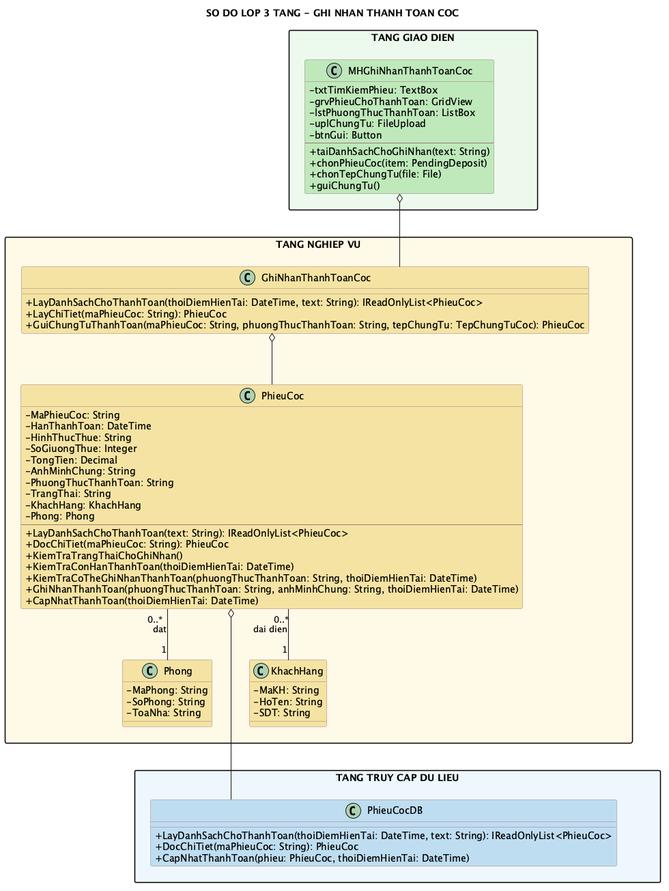
The PlantUML diagram diagram/png/ghi-nhan-thanh-toan-coc-class.png in Ming1309/HomeStay-Dorm, before a commit. The source it was exported from:
```plantuml
@startuml
title SO DO LOP 3 TANG - GHI NHAN THANH TOAN COC

top to bottom direction
skinparam shadowing false
skinparam linetype ortho
skinparam nodesep 55
skinparam ranksep 75
skinparam packageStyle rectangle
skinparam classAttributeIconSize 0
skinparam class {
  BackgroundColor #FFFACD
  BorderColor #9B7B7B
}

package "TANG GIAO DIEN" as GUI_LAYER #EDF9EC {
  class MHGhiNhanThanhToanCoc #BFE8BA {
    - txtTimKiemPhieu: TextBox
    - grvPhieuChoThanhToan: GridView
    - lstPhuongThucThanhToan: ListBox
    - uplChungTu: FileUpload
    - btnGui: Button
    --
    + taiDanhSachChoGhiNhan(text: String)
    + chonPhieuCoc(item: PendingDeposit)
    + chonTepChungTu(file: File)
    + guiChungTu()
  }
}

package "TANG NGHIEP VU" as BUS_LAYER #FFF9E6 {
  class GhiNhanThanhToanCoc #F4E3A2 {
    + LayDanhSachChoThanhToan(thoiDiemHienTai: DateTime, text: String): IReadOnlyList<PhieuCoc>
    + LayChiTiet(maPhieuCoc: String): PhieuCoc
    + GuiChungTuThanhToan(maPhieuCoc: String, phuongThucThanhToan: String, tepChungTu: TepChungTuCoc): PhieuCoc
  }

  class PhieuCoc #F4E3A2 {
    - MaPhieuCoc: String
    - HanThanhToan: DateTime
    - HinhThucThue: String
    - SoGiuongThue: Integer
    - TongTien: Decimal
    - AnhMinhChung: String
    - PhuongThucThanhToan: String
    - TrangThai: String
    - KhachHang: KhachHang
    - Phong: Phong
    --
    + LayDanhSachChoThanhToan(text: String): IReadOnlyList<PhieuCoc>
    + DocChiTiet(maPhieuCoc: String): PhieuCoc
    + KiemTraTrangThaiChoGhiNhan()
    + KiemTraConHanThanhToan(thoiDiemHienTai: DateTime)
    + KiemTraCoTheGhiNhanThanhToan(phuongThucThanhToan: String, thoiDiemHienTai: DateTime)
    + GhiNhanThanhToan(phuongThucThanhToan: String, anhMinhChung: String, thoiDiemHienTai: DateTime)
    + CapNhatThanhToan(thoiDiemHienTai: DateTime)
  }

  class KhachHang #F4E3A2 {
    - MaKH: String
    - HoTen: String
    - SDT: String
  }

  class Phong #F4E3A2 {
    - MaPhong: String
    - SoPhong: String
    - ToaNha: String
  }
}

package "TANG TRUY CAP DU LIEU" as DAL_LAYER #EDF6FC {
  class PhieuCocDB #BFDCF0 {
    + LayDanhSachChoThanhToan(thoiDiemHienTai: DateTime, text: String): IReadOnlyList<PhieuCoc>
    + DocChiTiet(maPhieuCoc: String): PhieuCoc
    + CapNhatThanhToan(phieu: PhieuCoc, thoiDiemHienTai: DateTime)
  }
}

MHGhiNhanThanhToanCoc o-- GhiNhanThanhToanCoc
GhiNhanThanhToanCoc o-- PhieuCoc
PhieuCoc o-- PhieuCocDB
PhieuCoc "0..*" -- "1" KhachHang : dai dien
PhieuCoc "0..*" -- "1" Phong : dat


GUI_LAYER -[hidden]down- BUS_LAYER
BUS_LAYER -[hidden]down- DAL_LAYER
GhiNhanThanhToanCoc -[hidden]down- PhieuCocDB
Phong -[hidden]down- PhieuCocDB
@enduml
```
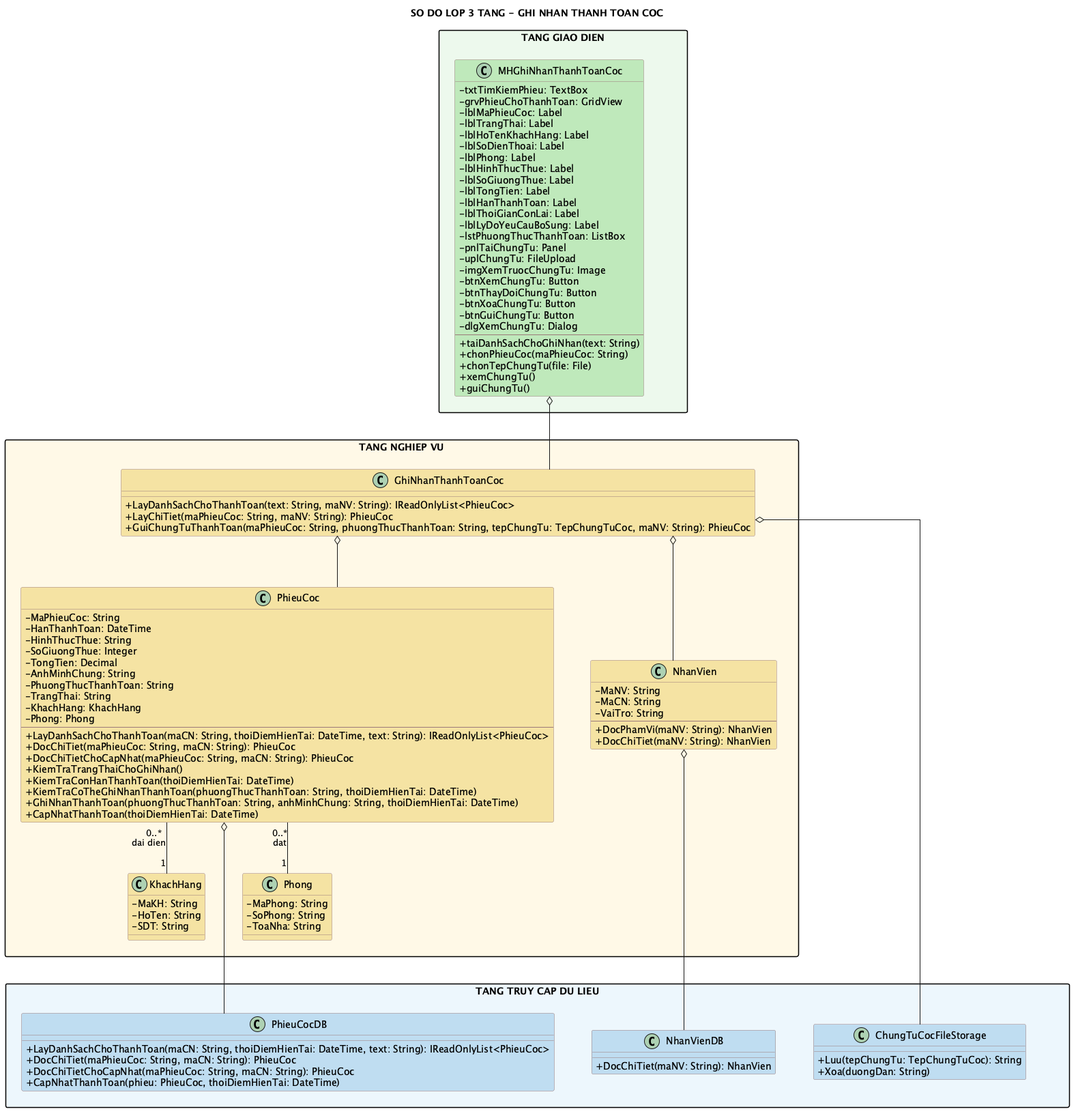
The same file after the commit.

The edit, as a diff of the source:
```diff
@@ -17,22 +17,49 @@
   class MHGhiNhanThanhToanCoc #BFE8BA {
     - txtTimKiemPhieu: TextBox
     - grvPhieuChoThanhToan: GridView
+    - lblMaPhieuCoc: Label
+    - lblTrangThai: Label
+    - lblHoTenKhachHang: Label
+    - lblSoDienThoai: Label
+    - lblPhong: Label
+    - lblHinhThucThue: Label
+    - lblSoGiuongThue: Label
+    - lblTongTien: Label
+    - lblHanThanhToan: Label
+    - lblThoiGianConLai: Label
+    - lblLyDoYeuCauBoSung: Label
     - lstPhuongThucThanhToan: ListBox
+    - pnlTaiChungTu: Panel
     - uplChungTu: FileUpload
-    - btnGui: Button
+    - imgXemTruocChungTu: Image
+    - btnXemChungTu: Button
+    - btnThayDoiChungTu: Button
+    - btnXoaChungTu: Button
+    - btnGuiChungTu: Button
+    - dlgXemChungTu: Dialog
     --
     + taiDanhSachChoGhiNhan(text: String)
-    + chonPhieuCoc(item: PendingDeposit)
+    + chonPhieuCoc(maPhieuCoc: String)
     + chonTepChungTu(file: File)
+    + xemChungTu()
     + guiChungTu()
   }
 }
 
 package "TANG NGHIEP VU" as BUS_LAYER #FFF9E6 {
   class GhiNhanThanhToanCoc #F4E3A2 {
-    + LayDanhSachChoThanhToan(thoiDiemHienTai: DateTime, text: String): IReadOnlyList<PhieuCoc>
-    + LayChiTiet(maPhieuCoc: String): PhieuCoc
-    + GuiChungTuThanhToan(maPhieuCoc: String, phuongThucThanhToan: String, tepChungTu: TepChungTuCoc): PhieuCoc
+    + LayDanhSachChoThanhToan(text: String, maNV: String): IReadOnlyList<PhieuCoc>
+    + LayChiTiet(maPhieuCoc: String, maNV: String): PhieuCoc
+    + GuiChungTuThanhToan(maPhieuCoc: String, phuongThucThanhToan: String, tepChungTu: TepChungTuCoc, maNV: String): PhieuCoc
+  }
+
+  class NhanVien #F4E3A2 {
+    - MaNV: String
+    - MaCN: String
+    - VaiTro: String
+    --
+    + DocPhamVi(maNV: String): NhanVien
+    + DocChiTiet(maNV: String): NhanVien
   }
 
   class PhieuCoc #F4E3A2 {
@@ -47,8 +74,9 @@
     - KhachHang: KhachHang
     - Phong: Phong
     --
-    + LayDanhSachChoThanhToan(text: String): IReadOnlyList<PhieuCoc>
-    + DocChiTiet(maPhieuCoc: String): PhieuCoc
+    + LayDanhSachChoThanhToan(maCN: String, thoiDiemHienTai: DateTime, text: String): IReadOnlyList<PhieuCoc>
+    + DocChiTiet(maPhieuCoc: String, maCN: String): PhieuCoc
+    + DocChiTietChoCapNhat(maPhieuCoc: String, maCN: String): PhieuCoc
     + KiemTraTrangThaiChoGhiNhan()
     + KiemTraConHanThanhToan(thoiDiemHienTai: DateTime)
     + KiemTraCoTheGhiNhanThanhToan(phuongThucThanhToan: String, thoiDiemHienTai: DateTime)
@@ -70,15 +98,28 @@
 }
 
 package "TANG TRUY CAP DU LIEU" as DAL_LAYER #EDF6FC {
+  class NhanVienDB #BFDCF0 {
+    + DocChiTiet(maNV: String): NhanVien
+  }
+
   class PhieuCocDB #BFDCF0 {
-    + LayDanhSachChoThanhToan(thoiDiemHienTai: DateTime, text: String): IReadOnlyList<PhieuCoc>
-    + DocChiTiet(maPhieuCoc: String): PhieuCoc
+    + LayDanhSachChoThanhToan(maCN: String, thoiDiemHienTai: DateTime, text: String): IReadOnlyList<PhieuCoc>
+    + DocChiTiet(maPhieuCoc: String, maCN: String): PhieuCoc
+    + DocChiTietChoCapNhat(maPhieuCoc: String, maCN: String): PhieuCoc
     + CapNhatThanhToan(phieu: PhieuCoc, thoiDiemHienTai: DateTime)
+  }
+
+  class ChungTuCocFileStorage #BFDCF0 {
+    + Luu(tepChungTu: TepChungTuCoc): String
+    + Xoa(duongDan: String)
   }
 }
 
 MHGhiNhanThanhToanCoc o-- GhiNhanThanhToanCoc
 GhiNhanThanhToanCoc o-- PhieuCoc
+GhiNhanThanhToanCoc o-- NhanVien
+GhiNhanThanhToanCoc o-- ChungTuCocFileStorage
+NhanVien o-- NhanVienDB
 PhieuCoc o-- PhieuCocDB
 PhieuCoc "0..*" -- "1" KhachHang : dai dien
 PhieuCoc "0..*" -- "1" Phong : dat
@@ -87,5 +128,7 @@
 GUI_LAYER -[hidden]down- BUS_LAYER
 BUS_LAYER -[hidden]down- DAL_LAYER
 GhiNhanThanhToanCoc -[hidden]down- PhieuCocDB
+NhanVienDB -[hidden]right- PhieuCocDB
+PhieuCocDB -[hidden]right- ChungTuCocFileStorage
 Phong -[hidden]down- PhieuCocDB
 @enduml
```
